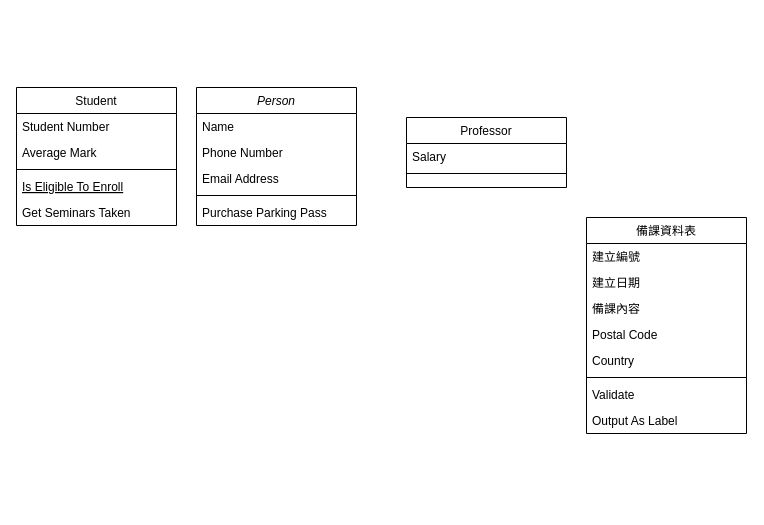
Earlier version of the draw.io diagram 類別圖(建立備課資料).drawio (Kevincheng0804/System-analysis). Source tidied: cells renumbered, new cells numbered last; positions are measured from the earlier drawing's top-left corner, leaving out a move shared by most shapes. Both pictures are drawn from the tidied source at 100%, with x=0, y=0 at pixel (16, 87).
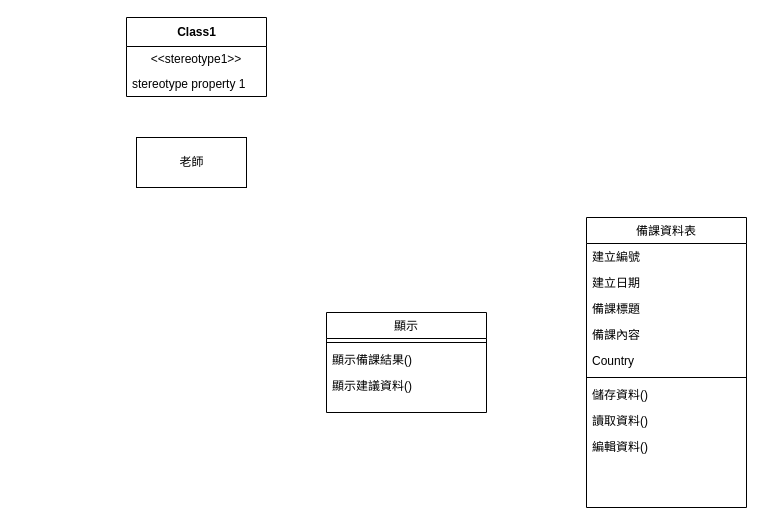
The same page after the edit.

Commit message:
類別圖更新

Change to the diagram source:
```diff
@@
-    <mxCell id="2" value="Person" style="swimlane;fontStyle=2;align=center;verticalAlign=top;horizontal=1;startSize=26;rounded=0;shadow=0;strokeWidth=1;" parent="1" vertex="1">
-      <mxGeometry x="180" width="160" height="138" as="geometry" />
-    </mxCell>
-    <mxCell id="3" value="Name" style="text;align=left;verticalAlign=top;spacingLeft=4;spacingRight=4;overflow=hidden;" parent="2" vertex="1">
-      <mxGeometry y="26" width="160" height="26" as="geometry" />
-    </mxCell>
-    <mxCell id="4" value="Phone Number" style="text;align=left;verticalAlign=top;spacingLeft=4;spacingRight=4;overflow=hidden;rounded=0;shadow=0;html=0;" parent="2" vertex="1">
-      <mxGeometry y="52" width="160" height="26" as="geometry" />
-    </mxCell>
-    <mxCell id="5" value="Email Address" style="text;align=left;verticalAlign=top;spacingLeft=4;spacingRight=4;overflow=hidden;rounded=0;shadow=0;html=0;" parent="2" vertex="1">
-      <mxGeometry y="78" width="160" height="26" as="geometry" />
-    </mxCell>
-    <mxCell id="6" style="line;html=1;strokeWidth=1;align=left;verticalAlign=middle;spacingTop=-1;spacingLeft=3;spacingRight=3;labelPosition=right;" parent="2" vertex="1">
-      <mxGeometry y="104" width="160" height="8" as="geometry" />
-    </mxCell>
-    <mxCell id="7" value="Purchase Parking Pass" style="text;align=left;verticalAlign=top;spacingLeft=4;spacingRight=4;overflow=hidden;" parent="2" vertex="1">
-      <mxGeometry y="112" width="160" height="26" as="geometry" />
-    </mxCell>
-    <mxCell id="8" value="Student" style="swimlane;fontStyle=0;align=center;verticalAlign=top;horizontal=1;startSize=26;rounded=0;shadow=0;strokeWidth=1;" parent="1" vertex="1">
-      <mxGeometry width="160" height="138" as="geometry" />
-    </mxCell>
-    <mxCell id="9" value="Student Number" style="text;align=left;verticalAlign=top;spacingLeft=4;spacingRight=4;overflow=hidden;" parent="8" vertex="1">
-      <mxGeometry y="26" width="160" height="26" as="geometry" />
-    </mxCell>
-    <mxCell id="10" value="Average Mark" style="text;align=left;verticalAlign=top;spacingLeft=4;spacingRight=4;overflow=hidden;rounded=0;shadow=0;html=0;" parent="8" vertex="1">
-      <mxGeometry y="52" width="160" height="26" as="geometry" />
-    </mxCell>
-    <mxCell id="11" style="line;html=1;strokeWidth=1;align=left;verticalAlign=middle;spacingTop=-1;spacingLeft=3;spacingRight=3;labelPosition=right;" parent="8" vertex="1">
-      <mxGeometry y="78" width="160" height="8" as="geometry" />
-    </mxCell>
-    <mxCell id="12" value="Is Eligible To Enroll" style="text;align=left;verticalAlign=top;spacingLeft=4;spacingRight=4;overflow=hidden;fontStyle=4;" parent="8" vertex="1">
-      <mxGeometry y="86" width="160" height="26" as="geometry" />
-    </mxCell>
-    <mxCell id="13" value="Get Seminars Taken" style="text;align=left;verticalAlign=top;spacingLeft=4;spacingRight=4;overflow=hidden;" parent="8" vertex="1">
-      <mxGeometry y="112" width="160" height="26" as="geometry" />
-    </mxCell>
-    <mxCell id="14" value="Professor" style="swimlane;fontStyle=0;align=center;verticalAlign=top;horizontal=1;startSize=26;rounded=0;shadow=0;strokeWidth=1;" parent="1" vertex="1">
-      <mxGeometry x="390" y="30" width="160" height="70" as="geometry" />
-    </mxCell>
-    <mxCell id="15" value="Salary" style="text;align=left;verticalAlign=top;spacingLeft=4;spacingRight=4;overflow=hidden;" parent="14" vertex="1">
-      <mxGeometry y="26" width="160" height="26" as="geometry" />
-    </mxCell>
-    <mxCell id="16" style="line;html=1;strokeWidth=1;align=left;verticalAlign=middle;spacingTop=-1;spacingLeft=3;spacingRight=3;labelPosition=right;" parent="14" vertex="1">
-      <mxGeometry y="52" width="160" height="8" as="geometry" />
-    </mxCell>
     <mxCell id="17" value="備課資料表" style="swimlane;fontStyle=0;align=center;verticalAlign=top;horizontal=1;startSize=26;rounded=0;shadow=0;strokeWidth=1;" parent="1" vertex="1">
-      <mxGeometry x="570" y="130" width="160" height="216" as="geometry" />
+      <mxGeometry x="570" y="130" width="160" height="290" as="geometry" />
     </mxCell>
@@
-    <mxCell id="20" value="備課內容" style="text;align=left;verticalAlign=top;spacingLeft=4;spacingRight=4;overflow=hidden;" parent="17" vertex="1">
+    <mxCell id="20" value="備課標題" style="text;align=left;verticalAlign=top;spacingLeft=4;spacingRight=4;overflow=hidden;" parent="17" vertex="1">
       <mxGeometry y="78" width="160" height="26" as="geometry" />
     </mxCell>
-    <mxCell id="21" value="Postal Code" style="text;align=left;verticalAlign=top;spacingLeft=4;spacingRight=4;overflow=hidden;rounded=0;shadow=0;html=0;" parent="17" vertex="1">
+    <mxCell id="21" value="備課內容" style="text;align=left;verticalAlign=top;spacingLeft=4;spacingRight=4;overflow=hidden;rounded=0;shadow=0;html=0;" parent="17" vertex="1">
       <mxGeometry y="104" width="160" height="26" as="geometry" />
     </mxCell>
@@
-    <mxCell id="24" value="Validate" style="text;align=left;verticalAlign=top;spacingLeft=4;spacingRight=4;overflow=hidden;" parent="17" vertex="1">
+    <mxCell id="24" value="儲存資料()" style="text;align=left;verticalAlign=top;spacingLeft=4;spacingRight=4;overflow=hidden;" parent="17" vertex="1">
       <mxGeometry y="164" width="160" height="26" as="geometry" />
     </mxCell>
-    <mxCell id="25" value="Output As Label" style="text;align=left;verticalAlign=top;spacingLeft=4;spacingRight=4;overflow=hidden;" parent="17" vertex="1">
+    <mxCell id="25" value="讀取資料()" style="text;align=left;verticalAlign=top;spacingLeft=4;spacingRight=4;overflow=hidden;" parent="17" vertex="1">
       <mxGeometry y="190" width="160" height="26" as="geometry" />
     </mxCell>
+    <mxCell id="26" value="編輯資料()" style="text;align=left;verticalAlign=top;spacingLeft=4;spacingRight=4;overflow=hidden;" parent="17" vertex="1">
+      <mxGeometry y="216" width="160" height="26" as="geometry" />
+    </mxCell>
+    <mxCell id="27" value="Class1" style="swimlane;fontStyle=1;align=center;verticalAlign=middle;horizontal=1;startSize=29;html=1;" parent="1" vertex="1">
+      <mxGeometry x="110" y="-70" width="140" height="79" as="geometry" />
+    </mxCell>
+    <mxCell id="28" value="&amp;lt;&amp;lt;stereotype1&amp;gt;&amp;gt;" style="text;html=1;strokeColor=none;fillColor=none;align=center;verticalAlign=middle;spacingLeft=4;spacingRight=4;overflow=hidden;" parent="27" vertex="1">
+      <mxGeometry y="29" width="140" height="25" as="geometry" />
+    </mxCell>
+    <mxCell id="29" value="stereotype property 1" style="text;html=1;strokeColor=none;fillColor=none;align=left;verticalAlign=middle;spacingLeft=4;spacingRight=4;overflow=hidden;" parent="27" vertex="1">
+      <mxGeometry y="54" width="140" height="25" as="geometry" />
+    </mxCell>
+    <mxCell id="30" value="老師" style="html=1;" parent="1" vertex="1">
+      <mxGeometry x="120" y="50" width="110" height="50" as="geometry" />
+    </mxCell>
+    <mxCell id="31" value="顯示" style="swimlane;fontStyle=0;align=center;verticalAlign=top;horizontal=1;startSize=26;rounded=0;shadow=0;strokeWidth=1;" parent="1" vertex="1">
+      <mxGeometry x="310" y="225" width="160" height="100" as="geometry" />
+    </mxCell>
+    <mxCell id="32" style="line;html=1;strokeWidth=1;align=left;verticalAlign=middle;spacingTop=-1;spacingLeft=3;spacingRight=3;labelPosition=right;" parent="31" vertex="1">
+      <mxGeometry y="26" width="160" height="8" as="geometry" />
+    </mxCell>
+    <mxCell id="33" value="顯示備課結果()" style="text;align=left;verticalAlign=top;spacingLeft=4;spacingRight=4;overflow=hidden;" parent="31" vertex="1">
+      <mxGeometry y="34" width="160" height="26" as="geometry" />
+    </mxCell>
+    <mxCell id="34" value="顯示建議資料()" style="text;align=left;verticalAlign=top;spacingLeft=4;spacingRight=4;overflow=hidden;" parent="31" vertex="1">
+      <mxGeometry y="60" width="160" height="26" as="geometry" />
+    </mxCell>
```
